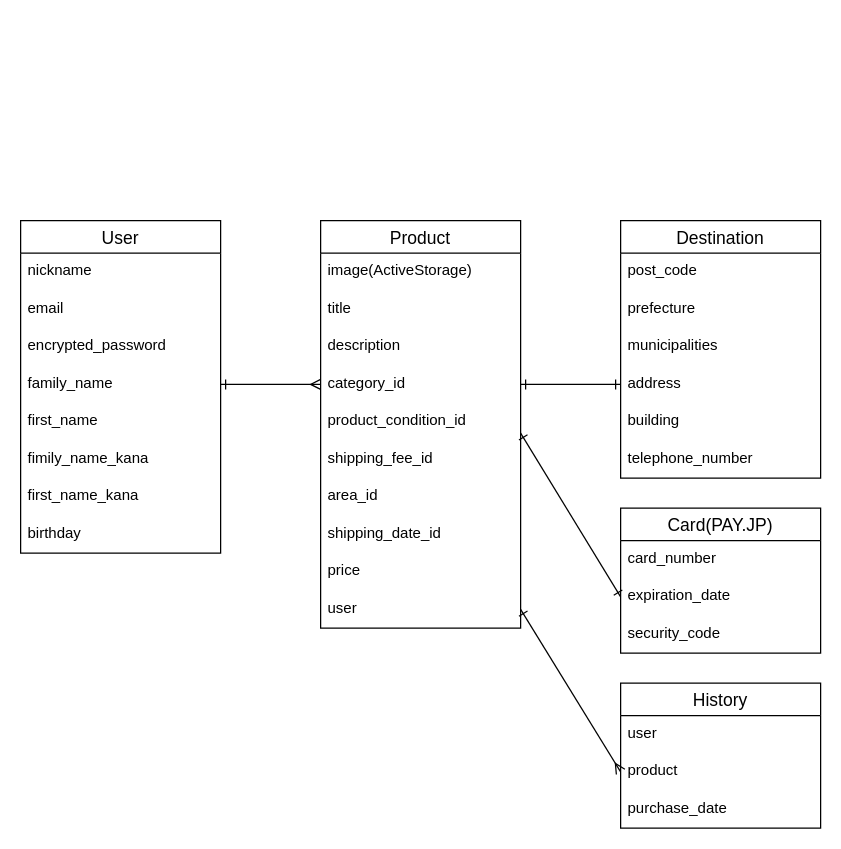
Earlier version of the draw.io diagram er.dio (takeru20/furima-36838). Source tidied: cells renumbered, new cells numbered last; positions are measured from the earlier drawing's top-left corner, leaving out a move shared by most shapes. Both pictures are drawn from the tidied source at 125%, with x=0, y=0 at pixel (20, 220).
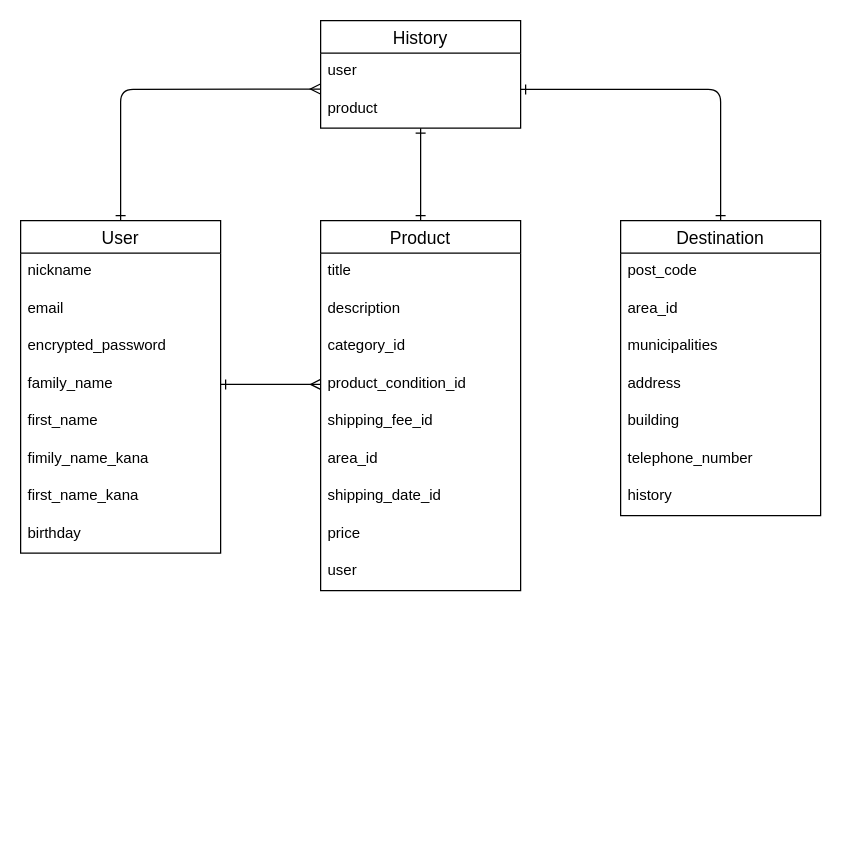
The same page after the edit.

Commit message (it also covers changes not shown here):
データベース設計　修正②

Unchanged cells that the change refers to:
```xml
<mxCell id="2" value="User" style="swimlane;fontStyle=0;horizontal=1;startSize=26;align=center;fontSize=14;shadow=0;" parent="1" vertex="1">
  <mxGeometry width="160" height="266" as="geometry" />
</mxCell>
<mxCell id="6" value="family_name" style="text;spacingLeft=4;spacingRight=4;overflow=hidden;points=[[0,0.5],[1,0.5]];portConstraint=eastwest;fontSize=12;shadow=0;" parent="2" vertex="1">
  <mxGeometry y="116" width="160" height="30" as="geometry" />
</mxCell>
<mxCell id="26" value="address" style="text;spacingLeft=4;spacingRight=4;overflow=hidden;points=[[0,0.5],[1,0.5]];portConstraint=eastwest;fontSize=12;shadow=0;" parent="22" vertex="1">
  <mxGeometry y="116" width="160" height="30" as="geometry" />
</mxCell>
<mxCell id="36" value="product" style="text;strokeColor=none;fillColor=none;spacingLeft=4;spacingRight=4;overflow=hidden;points=[[0,0.5],[1,0.5]];portConstraint=eastwest;fontSize=12;" parent="34" vertex="1">
  <mxGeometry y="56" width="160" height="30" as="geometry" />
</mxCell>
```

Diff of the diagram source:
```diff
@@
+    <mxCell id="41" style="edgeStyle=none;html=1;exitX=0.5;exitY=0;exitDx=0;exitDy=0;entryX=-0.001;entryY=-0.043;entryDx=0;entryDy=0;startArrow=ERone;startFill=0;endArrow=ERmany;endFill=0;entryPerimeter=0;" parent="1" edge="1" source="2" target="36">
+      <mxGeometry relative="1" as="geometry">
+        <Array as="points">
+          <mxPoint x="80" y="-105" />
+        </Array>
+      </mxGeometry>
+    </mxCell>
@@
+    <mxCell id="42" style="edgeStyle=none;html=1;exitX=0.5;exitY=0;exitDx=0;exitDy=0;startArrow=ERone;startFill=0;endArrow=ERone;endFill=0;entryX=0.5;entryY=1;entryDx=0;entryDy=0;" parent="1" edge="1" source="11" target="34">
+      <mxGeometry relative="1" as="geometry" />
+    </mxCell>
     <mxCell id="11" value="Product" style="swimlane;fontStyle=0;horizontal=1;startSize=26;align=center;fontSize=14;shadow=0;" parent="1" vertex="1">
-      <mxGeometry x="240" width="160" height="326" as="geometry" />
+      <mxGeometry x="240" width="160" height="296" as="geometry" />
     </mxCell>
-    <mxCell id="12" value="image(ActiveStorage)" style="text;spacingLeft=4;spacingRight=4;overflow=hidden;fontSize=12;shadow=0;" parent="11" vertex="1">
-      <mxGeometry y="26" width="160" height="30" as="geometry" />
-    </mxCell>
     <mxCell id="13" value="title" style="text;spacingLeft=4;spacingRight=4;overflow=hidden;fontSize=12;shadow=0;" parent="11" vertex="1">
-      <mxGeometry y="56" width="160" height="30" as="geometry" />
+      <mxGeometry y="26" width="160" height="30" as="geometry" />
     </mxCell>
     <mxCell id="14" value="description" style="text;spacingLeft=4;spacingRight=4;overflow=hidden;fontSize=12;shadow=0;" parent="11" vertex="1">
-      <mxGeometry y="86" width="160" height="30" as="geometry" />
+      <mxGeometry y="56" width="160" height="30" as="geometry" />
     </mxCell>
     <mxCell id="15" value="category_id" style="text;spacingLeft=4;spacingRight=4;overflow=hidden;points=[[0,0.5],[1,0.5]];portConstraint=eastwest;fontSize=12;shadow=0;" parent="11" vertex="1">
-      <mxGeometry y="116" width="160" height="30" as="geometry" />
+      <mxGeometry y="86" width="160" height="30" as="geometry" />
     </mxCell>
     <mxCell id="16" value="product_condition_id" style="text;spacingLeft=4;spacingRight=4;overflow=hidden;points=[[0,0.5],[1,0.5]];portConstraint=eastwest;fontSize=12;shadow=0;" parent="11" vertex="1">
-      <mxGeometry y="146" width="160" height="30" as="geometry" />
+      <mxGeometry y="116" width="160" height="30" as="geometry" />
     </mxCell>
     <mxCell id="17" value="shipping_fee_id" style="text;spacingLeft=4;spacingRight=4;overflow=hidden;fontSize=12;shadow=0;" parent="11" vertex="1">
-      <mxGeometry y="176" width="160" height="30" as="geometry" />
+      <mxGeometry y="146" width="160" height="30" as="geometry" />
     </mxCell>
     <mxCell id="18" value="area_id" style="text;spacingLeft=4;spacingRight=4;overflow=hidden;fontSize=12;shadow=0;" parent="11" vertex="1">
-      <mxGeometry y="206" width="160" height="30" as="geometry" />
+      <mxGeometry y="176" width="160" height="30" as="geometry" />
     </mxCell>
     <mxCell id="19" value="shipping_date_id" style="text;spacingLeft=4;spacingRight=4;overflow=hidden;fontSize=12;shadow=0;" parent="11" vertex="1">
-      <mxGeometry y="236" width="160" height="30" as="geometry" />
+      <mxGeometry y="206" width="160" height="30" as="geometry" />
     </mxCell>
     <mxCell id="20" value="price" style="text;spacingLeft=4;spacingRight=4;overflow=hidden;fontSize=12;shadow=0;" parent="11" vertex="1">
-      <mxGeometry y="266" width="160" height="30" as="geometry" />
+      <mxGeometry y="236" width="160" height="30" as="geometry" />
     </mxCell>
     <mxCell id="21" value="user" style="text;spacingLeft=4;spacingRight=4;overflow=hidden;points=[[0,0.5],[1,0.5]];portConstraint=eastwest;fontSize=12;shadow=0;" parent="11" vertex="1">
-      <mxGeometry y="296" width="160" height="30" as="geometry" />
+      <mxGeometry y="266" width="160" height="30" as="geometry" />
     </mxCell>
+    <mxCell id="43" style="edgeStyle=none;html=1;exitX=0.5;exitY=0;exitDx=0;exitDy=0;entryX=1;entryY=-0.033;entryDx=0;entryDy=0;entryPerimeter=0;startArrow=ERone;startFill=0;endArrow=ERone;endFill=0;" parent="1" edge="1" source="22" target="36">
+      <mxGeometry relative="1" as="geometry">
+        <Array as="points">
+          <mxPoint x="560" y="-105" />
+        </Array>
+      </mxGeometry>
+    </mxCell>
     <mxCell id="22" value="Destination" style="swimlane;fontStyle=0;horizontal=1;startSize=26;align=center;fontSize=14;shadow=0;" parent="1" vertex="1">
-      <mxGeometry x="480" width="160" height="206" as="geometry" />
+      <mxGeometry x="480" width="160" height="236" as="geometry" />
     </mxCell>
@@
-    <mxCell id="24" value="prefecture" style="text;spacingLeft=4;spacingRight=4;overflow=hidden;fontSize=12;shadow=0;" parent="22" vertex="1">
+    <mxCell id="24" value="area_id" style="text;spacingLeft=4;spacingRight=4;overflow=hidden;fontSize=12;shadow=0;" parent="22" vertex="1">
       <mxGeometry y="56" width="160" height="30" as="geometry" />
     </mxCell>
@@
-    <mxCell id="29" style="edgeStyle=none;html=1;exitX=1;exitY=0.5;exitDx=0;exitDy=0;startArrow=ERone;startFill=0;endArrow=ERone;endFill=0;shadow=0;" parent="1" edge="1" source="15" target="26">
-      <mxGeometry relative="1" as="geometry" />
-    </mxCell>
-    <mxCell id="30" value="Card(PAY.JP)" style="swimlane;fontStyle=0;horizontal=1;startSize=26;align=center;fontSize=14;" parent="1" vertex="1">
-      <mxGeometry x="480" y="230" width="160" height="116" as="geometry" />
-    </mxCell>
-    <mxCell id="31" value="card_number" style="text;strokeColor=none;fillColor=none;spacingLeft=4;spacingRight=4;overflow=hidden;fontSize=12;" parent="30" vertex="1">
-      <mxGeometry y="26" width="160" height="30" as="geometry" />
-    </mxCell>
-    <mxCell id="32" value="expiration_date" style="text;strokeColor=none;fillColor=none;spacingLeft=4;spacingRight=4;overflow=hidden;points=[[0,0.5],[1,0.5]];portConstraint=eastwest;fontSize=12;" parent="30" vertex="1">
-      <mxGeometry y="56" width="160" height="30" as="geometry" />
-    </mxCell>
-    <mxCell id="33" value="security_code" style="text;strokeColor=none;fillColor=none;spacingLeft=4;spacingRight=4;overflow=hidden;fontSize=12;" parent="30" vertex="1">
-      <mxGeometry y="86" width="160" height="30" as="geometry" />
-    </mxCell>
+    <mxCell id="44" value="history" style="text;spacingLeft=4;spacingRight=4;overflow=hidden;fontSize=12;shadow=0;" parent="22" vertex="1">
+      <mxGeometry y="206" width="160" height="30" as="geometry" />
+    </mxCell>
     <mxCell id="34" value="History" style="swimlane;fontStyle=0;horizontal=1;startSize=26;align=center;fontSize=14;" parent="1" vertex="1">
-      <mxGeometry x="480" y="370" width="160" height="116" as="geometry" />
+      <mxGeometry x="240" y="-160" width="160" height="86" as="geometry" />
     </mxCell>
@@
-    <mxCell id="37" value="purchase_date" style="text;strokeColor=none;fillColor=none;spacingLeft=4;spacingRight=4;overflow=hidden;fontSize=12;" parent="34" vertex="1">
-      <mxGeometry y="86" width="160" height="30" as="geometry" />
-    </mxCell>
-    <mxCell id="38" style="edgeStyle=none;html=1;entryX=0;entryY=0.5;entryDx=0;entryDy=0;startArrow=ERone;startFill=0;endArrow=ERone;endFill=0;" parent="1" edge="1" target="32">
-      <mxGeometry relative="1" as="geometry">
-        <mxPoint x="400" y="170" as="sourcePoint" />
-      </mxGeometry>
-    </mxCell>
-    <mxCell id="39" style="edgeStyle=none;html=1;exitX=1;exitY=0.5;exitDx=0;exitDy=0;entryX=0;entryY=0.5;entryDx=0;entryDy=0;startArrow=ERone;startFill=0;endArrow=ERmany;endFill=0;" parent="1" edge="1" source="6" target="15">
-      <mxGeometry relative="1" as="geometry" />
-    </mxCell>
-    <mxCell id="40" style="edgeStyle=none;html=1;exitX=1;exitY=0.5;exitDx=0;exitDy=0;entryX=0;entryY=0.5;entryDx=0;entryDy=0;startArrow=ERone;startFill=0;endArrow=ERmany;endFill=0;" parent="1" edge="1" source="21" target="36">
-      <mxGeometry relative="1" as="geometry" />
-    </mxCell>
+    <mxCell id="45" style="edgeStyle=none;html=1;exitX=1;exitY=0.5;exitDx=0;exitDy=0;entryX=0;entryY=0.5;entryDx=0;entryDy=0;startArrow=ERone;startFill=0;endArrow=ERmany;endFill=0;" parent="1" edge="1" source="6" target="16">
+      <mxGeometry relative="1" as="geometry" />
+    </mxCell>
```
